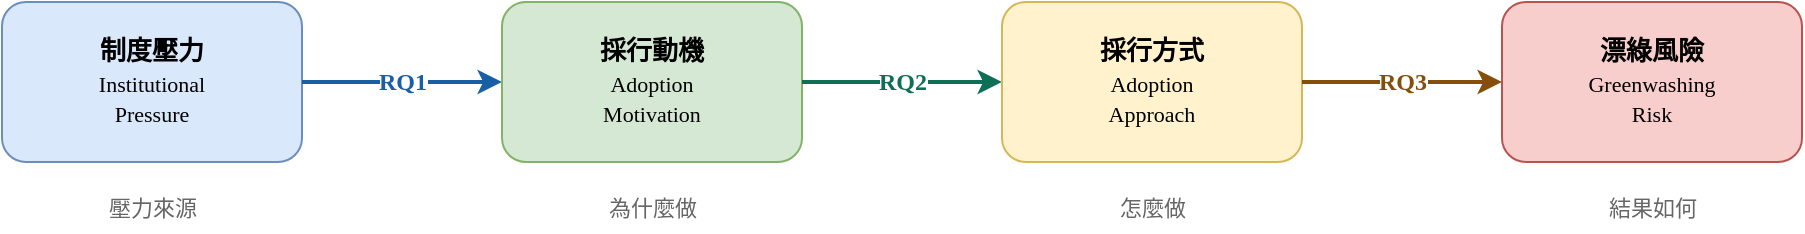
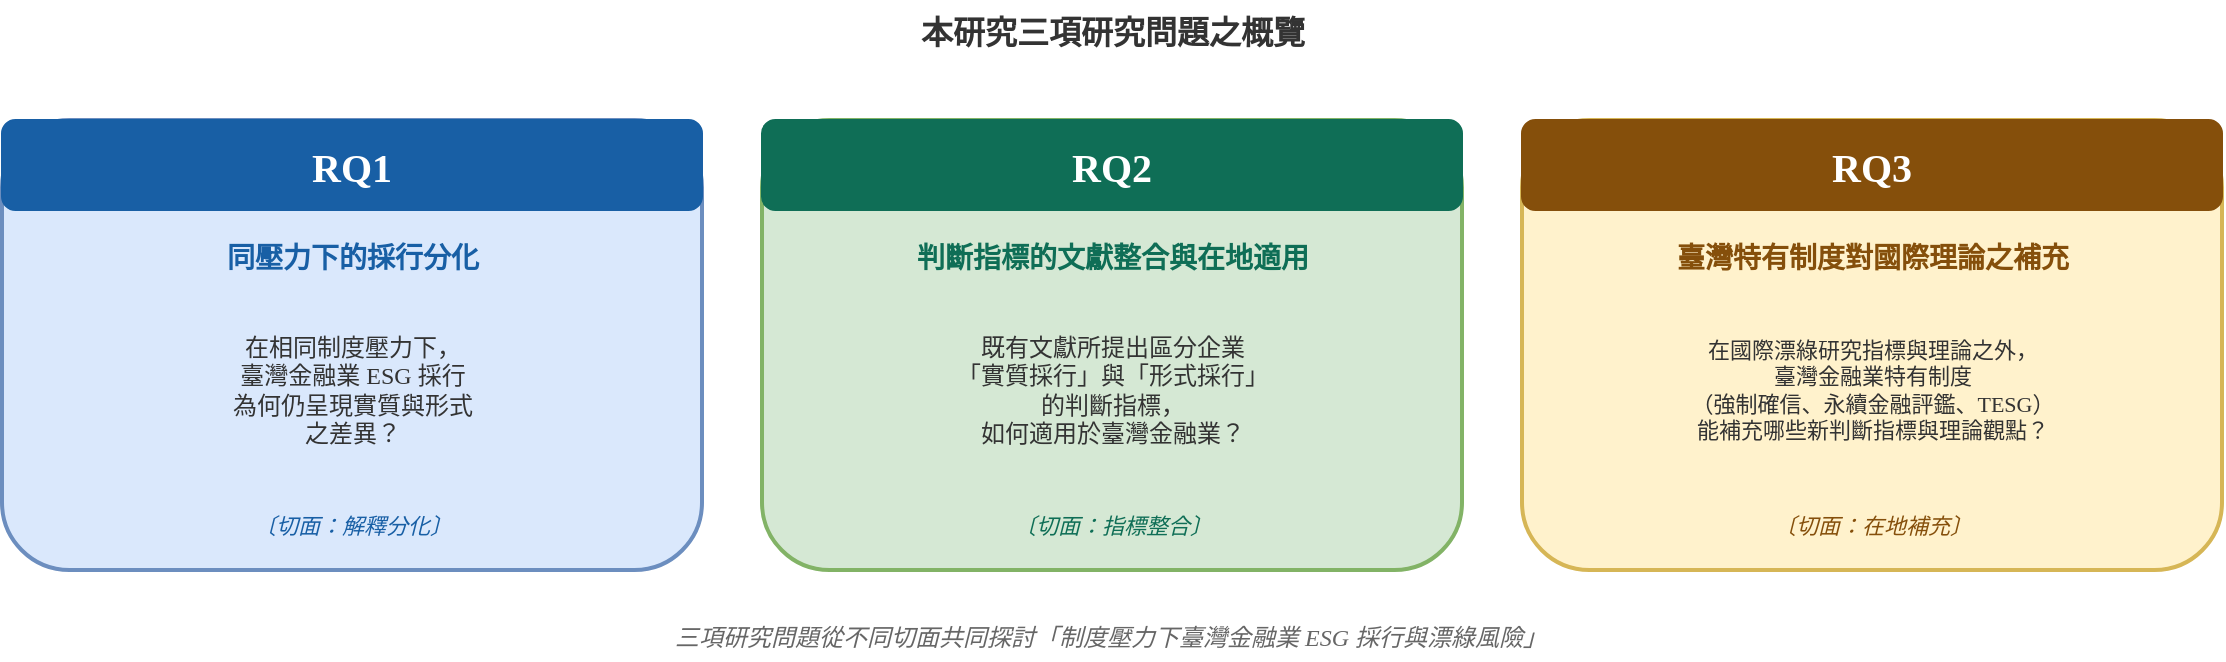
<mxfile host="app.diagrams.net">
-   <diagram name="圖1 因果邏輯鏈" id="causal">
+   <diagram name="圖1 三 RQ 概覽" id="rq_overview">
    <mxGraphModel dx="1000" dy="600" grid="1" gridSize="10" guides="1" tooltips="1" connect="1" arrows="1" fold="1" page="1" pageScale="1" pageWidth="1169" pageHeight="400" math="0" shadow="0">
      <root>
        <mxCell id="0"/>
        <mxCell id="1" parent="0"/>

-         <!-- Box 1: 制度壓力 -->
-         <mxCell id="b1" value="&lt;b&gt;制度壓力&lt;/b&gt;&lt;br&gt;&lt;font style=&quot;font-size:11px&quot;&gt;Institutional&lt;br&gt;Pressure&lt;/font&gt;" style="rounded=1;whiteSpace=wrap;html=1;fillColor=#dae8fc;strokeColor=#6c8ebf;fontSize=13;fontFamily=Microsoft JhengHei;verticalAlign=middle;" vertex="1" parent="1">
-           <mxGeometry x="60" y="100" width="150" height="80" as="geometry"/>
+         <!-- Title -->
+         <mxCell id="title" value="本研究三項研究問題之概覽" style="text;html=1;fontSize=16;fontStyle=1;align=center;fontFamily=Microsoft JhengHei;fontColor=#333333;" vertex="1" parent="1">
+           <mxGeometry x="335" y="20" width="500" height="30" as="geometry"/>
        </mxCell>

-         <!-- Arrow 1: RQ1 -->
-         <mxCell id="a1" value="&lt;b&gt;RQ1&lt;/b&gt;" style="edgeStyle=orthogonalEdgeStyle;rounded=0;html=1;fontSize=12;fontStyle=0;fontColor=#185FA5;fontFamily=Microsoft JhengHei;strokeWidth=2;strokeColor=#185FA5;" edge="1" parent="1" source="b1" target="b2">
-           <mxGeometry relative="1" as="geometry"/>
+         <!-- RQ1 Card -->
+         <mxCell id="rq1box" value="" style="rounded=1;whiteSpace=wrap;html=1;fillColor=#dae8fc;strokeColor=#6c8ebf;strokeWidth=2;" vertex="1" parent="1">
+           <mxGeometry x="30" y="80" width="350" height="225" as="geometry"/>
+         </mxCell>
+         <mxCell id="rq1header" value="RQ1" style="rounded=1;whiteSpace=wrap;html=1;fontSize=20;fontStyle=1;align=center;fontFamily=Microsoft JhengHei;fontColor=#FFFFFF;fillColor=#185FA5;strokeColor=#185FA5;" vertex="1" parent="1">
+           <mxGeometry x="30" y="80" width="350" height="45" as="geometry"/>
+         </mxCell>
+         <mxCell id="rq1subtitle" value="同壓力下的採行分化" style="text;html=1;fontSize=14;fontStyle=1;align=center;fontFamily=Microsoft JhengHei;fontColor=#185FA5;" vertex="1" parent="1">
+           <mxGeometry x="30" y="135" width="350" height="25" as="geometry"/>
+         </mxCell>
+         <mxCell id="rq1q" value="在相同制度壓力下，&lt;br&gt;臺灣金融業 ESG 採行&lt;br&gt;為何仍呈現實質與形式&lt;br&gt;之差異？" style="text;html=1;fontSize=12;align=center;fontFamily=Microsoft JhengHei;fontColor=#333333;verticalAlign=middle;" vertex="1" parent="1">
+           <mxGeometry x="40" y="170" width="330" height="90" as="geometry"/>
+         </mxCell>
+         <mxCell id="rq1tag" value="〔切面：解釋分化〕" style="text;html=1;fontSize=11;fontStyle=2;align=center;fontFamily=Microsoft JhengHei;fontColor=#185FA5;" vertex="1" parent="1">
+           <mxGeometry x="30" y="270" width="350" height="25" as="geometry"/>
        </mxCell>

-         <!-- Box 2: 採行動機 -->
-         <mxCell id="b2" value="&lt;b&gt;採行動機&lt;/b&gt;&lt;br&gt;&lt;font style=&quot;font-size:11px&quot;&gt;Adoption&lt;br&gt;Motivation&lt;/font&gt;" style="rounded=1;whiteSpace=wrap;html=1;fillColor=#d5e8d4;strokeColor=#82b366;fontSize=13;fontFamily=Microsoft JhengHei;verticalAlign=middle;" vertex="1" parent="1">
-           <mxGeometry x="310" y="100" width="150" height="80" as="geometry"/>
+         <!-- RQ2 Card -->
+         <mxCell id="rq2box" value="" style="rounded=1;whiteSpace=wrap;html=1;fillColor=#d5e8d4;strokeColor=#82b366;strokeWidth=2;" vertex="1" parent="1">
+           <mxGeometry x="410" y="80" width="350" height="225" as="geometry"/>
+         </mxCell>
+         <mxCell id="rq2header" value="RQ2" style="rounded=1;whiteSpace=wrap;html=1;fontSize=20;fontStyle=1;align=center;fontFamily=Microsoft JhengHei;fontColor=#FFFFFF;fillColor=#0F6E56;strokeColor=#0F6E56;" vertex="1" parent="1">
+           <mxGeometry x="410" y="80" width="350" height="45" as="geometry"/>
+         </mxCell>
+         <mxCell id="rq2subtitle" value="判斷指標的文獻整合與在地適用" style="text;html=1;fontSize=14;fontStyle=1;align=center;fontFamily=Microsoft JhengHei;fontColor=#0F6E56;" vertex="1" parent="1">
+           <mxGeometry x="410" y="135" width="350" height="25" as="geometry"/>
+         </mxCell>
+         <mxCell id="rq2q" value="既有文獻所提出區分企業&lt;br&gt;「實質採行」與「形式採行」&lt;br&gt;的判斷指標，&lt;br&gt;如何適用於臺灣金融業？" style="text;html=1;fontSize=12;align=center;fontFamily=Microsoft JhengHei;fontColor=#333333;verticalAlign=middle;" vertex="1" parent="1">
+           <mxGeometry x="420" y="170" width="330" height="90" as="geometry"/>
+         </mxCell>
+         <mxCell id="rq2tag" value="〔切面：指標整合〕" style="text;html=1;fontSize=11;fontStyle=2;align=center;fontFamily=Microsoft JhengHei;fontColor=#0F6E56;" vertex="1" parent="1">
+           <mxGeometry x="410" y="270" width="350" height="25" as="geometry"/>
        </mxCell>

-         <!-- Arrow 2: RQ2 -->
-         <mxCell id="a2" value="&lt;b&gt;RQ2&lt;/b&gt;" style="edgeStyle=orthogonalEdgeStyle;rounded=0;html=1;fontSize=12;fontStyle=0;fontColor=#0F6E56;fontFamily=Microsoft JhengHei;strokeWidth=2;strokeColor=#0F6E56;" edge="1" parent="1" source="b2" target="b3">
-           <mxGeometry relative="1" as="geometry"/>
+         <!-- RQ3 Card -->
+         <mxCell id="rq3box" value="" style="rounded=1;whiteSpace=wrap;html=1;fillColor=#fff2cc;strokeColor=#d6b656;strokeWidth=2;" vertex="1" parent="1">
+           <mxGeometry x="790" y="80" width="350" height="225" as="geometry"/>
+         </mxCell>
+         <mxCell id="rq3header" value="RQ3" style="rounded=1;whiteSpace=wrap;html=1;fontSize=20;fontStyle=1;align=center;fontFamily=Microsoft JhengHei;fontColor=#FFFFFF;fillColor=#854F0B;strokeColor=#854F0B;" vertex="1" parent="1">
+           <mxGeometry x="790" y="80" width="350" height="45" as="geometry"/>
+         </mxCell>
+         <mxCell id="rq3subtitle" value="臺灣特有制度對國際理論之補充" style="text;html=1;fontSize=14;fontStyle=1;align=center;fontFamily=Microsoft JhengHei;fontColor=#854F0B;" vertex="1" parent="1">
+           <mxGeometry x="790" y="135" width="350" height="25" as="geometry"/>
+         </mxCell>
+         <mxCell id="rq3q" value="在國際漂綠研究指標與理論之外，&lt;br&gt;臺灣金融業特有制度&lt;br&gt;（強制確信、永續金融評鑑、TESG）&lt;br&gt;能補充哪些新判斷指標與理論觀點？" style="text;html=1;fontSize=11;align=center;fontFamily=Microsoft JhengHei;fontColor=#333333;verticalAlign=middle;" vertex="1" parent="1">
+           <mxGeometry x="800" y="170" width="330" height="90" as="geometry"/>
+         </mxCell>
+         <mxCell id="rq3tag" value="〔切面：在地補充〕" style="text;html=1;fontSize=11;fontStyle=2;align=center;fontFamily=Microsoft JhengHei;fontColor=#854F0B;" vertex="1" parent="1">
+           <mxGeometry x="790" y="270" width="350" height="25" as="geometry"/>
        </mxCell>

-         <!-- Box 3: 採行方式 -->
-         <mxCell id="b3" value="&lt;b&gt;採行方式&lt;/b&gt;&lt;br&gt;&lt;font style=&quot;font-size:11px&quot;&gt;Adoption&lt;br&gt;Approach&lt;/font&gt;" style="rounded=1;whiteSpace=wrap;html=1;fillColor=#fff2cc;strokeColor=#d6b656;fontSize=13;fontFamily=Microsoft JhengHei;verticalAlign=middle;" vertex="1" parent="1">
-           <mxGeometry x="560" y="100" width="150" height="80" as="geometry"/>
-         </mxCell>
- 
-         <!-- Arrow 3: RQ3 -->
-         <mxCell id="a3" value="&lt;b&gt;RQ3&lt;/b&gt;" style="edgeStyle=orthogonalEdgeStyle;rounded=0;html=1;fontSize=12;fontStyle=0;fontColor=#854F0B;fontFamily=Microsoft JhengHei;strokeWidth=2;strokeColor=#854F0B;" edge="1" parent="1" source="b3" target="b4">
-           <mxGeometry relative="1" as="geometry"/>
-         </mxCell>
- 
-         <!-- Box 4: 漂綠風險 -->
-         <mxCell id="b4" value="&lt;b&gt;漂綠風險&lt;/b&gt;&lt;br&gt;&lt;font style=&quot;font-size:11px&quot;&gt;Greenwashing&lt;br&gt;Risk&lt;/font&gt;" style="rounded=1;whiteSpace=wrap;html=1;fillColor=#f8cecc;strokeColor=#b85450;fontSize=13;fontFamily=Microsoft JhengHei;verticalAlign=middle;" vertex="1" parent="1">
-           <mxGeometry x="810" y="100" width="150" height="80" as="geometry"/>
-         </mxCell>
- 
-         <!-- 下方說明文字 -->
-         <mxCell id="t1" value="壓力來源" style="text;html=1;fontSize=11;align=center;fontFamily=Microsoft JhengHei;fontColor=#666666;" vertex="1" parent="1">
-           <mxGeometry x="85" y="190" width="100" height="25" as="geometry"/>
-         </mxCell>
-         <mxCell id="t2" value="為什麼做" style="text;html=1;fontSize=11;align=center;fontFamily=Microsoft JhengHei;fontColor=#666666;" vertex="1" parent="1">
-           <mxGeometry x="335" y="190" width="100" height="25" as="geometry"/>
-         </mxCell>
-         <mxCell id="t3" value="怎麼做" style="text;html=1;fontSize=11;align=center;fontFamily=Microsoft JhengHei;fontColor=#666666;" vertex="1" parent="1">
-           <mxGeometry x="585" y="190" width="100" height="25" as="geometry"/>
-         </mxCell>
-         <mxCell id="t4" value="結果如何" style="text;html=1;fontSize=11;align=center;fontFamily=Microsoft JhengHei;fontColor=#666666;" vertex="1" parent="1">
-           <mxGeometry x="835" y="190" width="100" height="25" as="geometry"/>
+         <!-- Footer -->
+         <mxCell id="footer" value="三項研究問題從不同切面共同探討「制度壓力下臺灣金融業 ESG 採行與漂綠風險」" style="text;html=1;fontSize=12;align=center;fontFamily=Microsoft JhengHei;fontColor=#666666;fontStyle=2;" vertex="1" parent="1">
+           <mxGeometry x="184" y="325" width="800" height="25" as="geometry"/>
        </mxCell>

      </root>
    </mxGraphModel>
  </diagram>
</mxfile>
